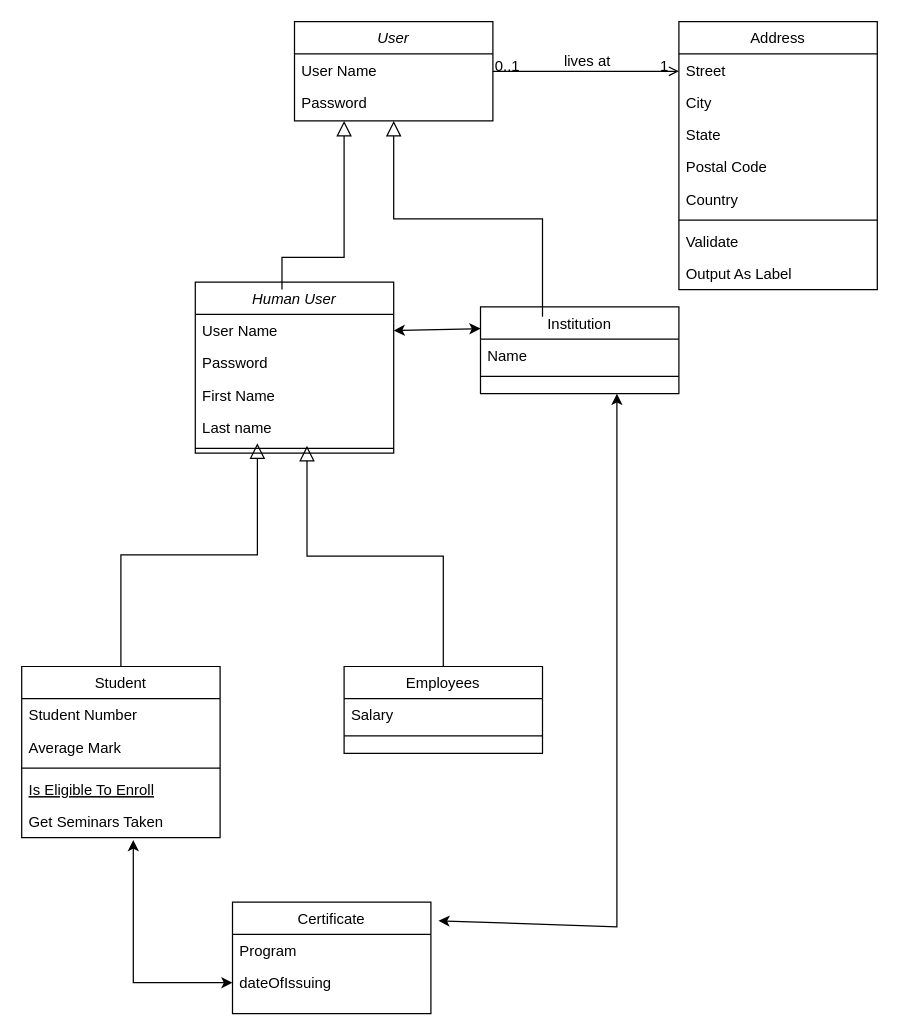
Above: diagram.drawio in momolakeit/certChain (draw.io), before the change. Source tidied: cells renumbered, new cells numbered last; positions are measured from the earlier drawing's top-left corner, leaving out a move shared by most shapes. Both pictures are drawn from the tidied source at 124%, with x=0, y=0 at pixel (21, 21).
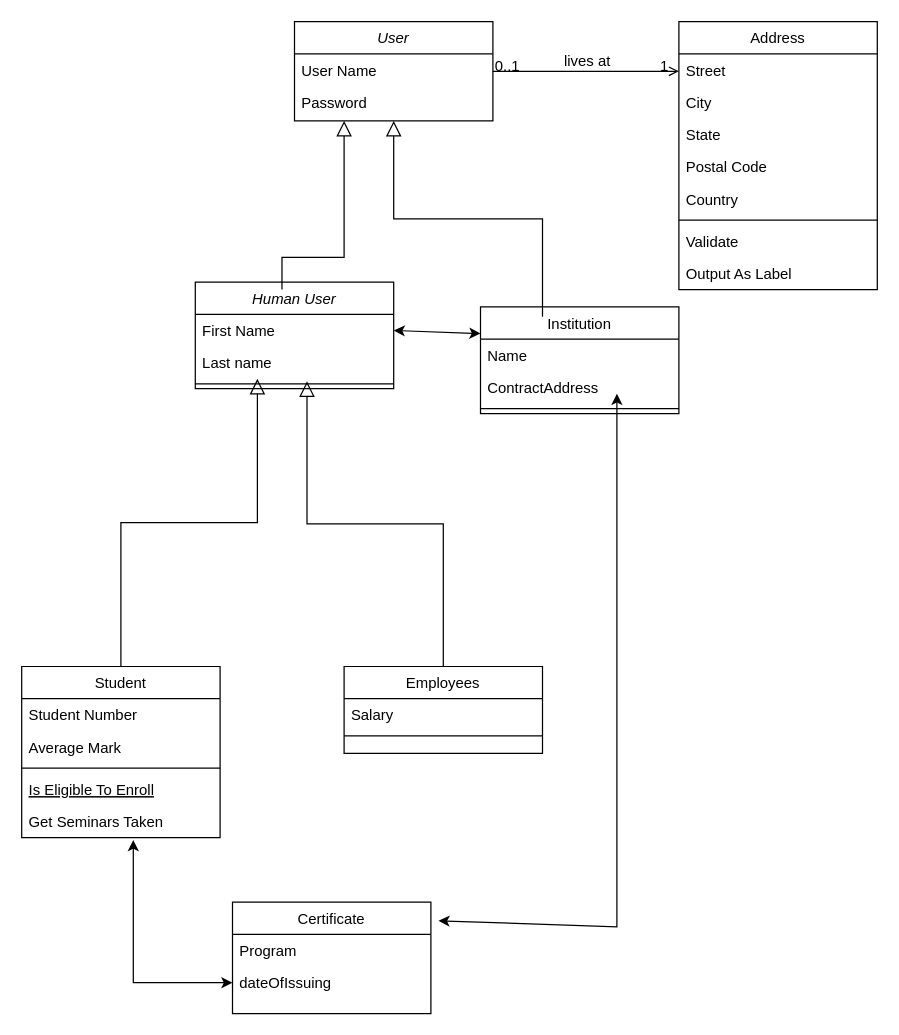
The same diagram, later.

Diff of the diagram source:
```diff
@@
     <mxCell id="29" value="Institution&#10;" style="swimlane;fontStyle=0;align=center;verticalAlign=top;horizontal=1;startSize=26;rounded=0;shadow=0;strokeWidth=1;" parent="1" vertex="1">
-      <mxGeometry x="370" y="230" width="160" height="70" as="geometry" />
+      <mxGeometry x="370" y="230" width="160" height="86" as="geometry" />
     </mxCell>
@@
+    <mxCell id="46" value="ContractAddress" style="text;align=left;verticalAlign=top;spacingLeft=4;spacingRight=4;overflow=hidden;" parent="29" vertex="1">
+      <mxGeometry y="52" width="160" height="26" as="geometry" />
+    </mxCell>
     <mxCell id="31" style="line;html=1;strokeWidth=1;align=left;verticalAlign=middle;spacingTop=-1;spacingLeft=3;spacingRight=3;labelPosition=right;" parent="29" vertex="1">
-      <mxGeometry y="52" width="160" height="8" as="geometry" />
+      <mxGeometry y="78" width="160" height="8" as="geometry" />
     </mxCell>
     <mxCell id="32" value="Human User&#10;" style="swimlane;fontStyle=2;align=center;verticalAlign=top;horizontal=1;startSize=26;rounded=0;shadow=0;strokeWidth=1;" parent="1" vertex="1">
-      <mxGeometry x="140" y="210" width="160" height="138" as="geometry" />
+      <mxGeometry x="140" y="210" width="160" height="86" as="geometry" />
     </mxCell>
-    <mxCell id="33" value="User Name" style="text;align=left;verticalAlign=top;spacingLeft=4;spacingRight=4;overflow=hidden;points=[[0,0.5],[1,0.5]];portConstraint=eastwest;rounded=0;shadow=0;html=0;" parent="32" vertex="1">
-      <mxGeometry y="26" width="160" height="26" as="geometry" />
-    </mxCell>
-    <mxCell id="34" value="Password" style="text;align=left;verticalAlign=top;spacingLeft=4;spacingRight=4;overflow=hidden;rounded=0;shadow=0;html=0;" parent="32" vertex="1">
-      <mxGeometry y="52" width="160" height="26" as="geometry" />
-    </mxCell>
     <mxCell id="35" value="First Name&#10;" style="text;align=left;verticalAlign=top;spacingLeft=4;spacingRight=4;overflow=hidden;rounded=0;shadow=0;html=0;" parent="32" vertex="1">
-      <mxGeometry y="78" width="160" height="26" as="geometry" />
+      <mxGeometry y="26" width="160" height="26" as="geometry" />
     </mxCell>
     <mxCell id="36" value="Last name" style="text;align=left;verticalAlign=top;spacingLeft=4;spacingRight=4;overflow=hidden;rounded=0;shadow=0;html=0;" parent="32" vertex="1">
-      <mxGeometry y="104" width="160" height="26" as="geometry" />
+      <mxGeometry y="52" width="160" height="26" as="geometry" />
     </mxCell>
     <mxCell id="37" style="line;html=1;strokeWidth=1;align=left;verticalAlign=middle;spacingTop=-1;spacingLeft=3;spacingRight=3;labelPosition=right;points=[];portConstraint=eastwest;" parent="32" vertex="1">
-      <mxGeometry y="130" width="160" height="8" as="geometry" />
+      <mxGeometry y="78" width="160" height="8" as="geometry" />
     </mxCell>
@@
-    <mxCell id="40" style="endArrow=classic;startArrow=classic;html=1;exitX=1;exitY=0.5;exitDx=0;exitDy=0;entryX=0;entryY=0.25;entryDx=0;entryDy=0;" parent="1" edge="1" source="33" target="29">
-      <mxGeometry relative="1" as="geometry" />
+    <mxCell id="40" style="endArrow=classic;startArrow=classic;html=1;exitX=1;exitY=0.5;exitDx=0;exitDy=0;entryX=0;entryY=0.25;entryDx=0;entryDy=0;" parent="1" edge="1" target="29">
+      <mxGeometry relative="1" as="geometry">
+        <mxPoint x="300" y="249" as="sourcePoint" />
+      </mxGeometry>
     </mxCell>
```
